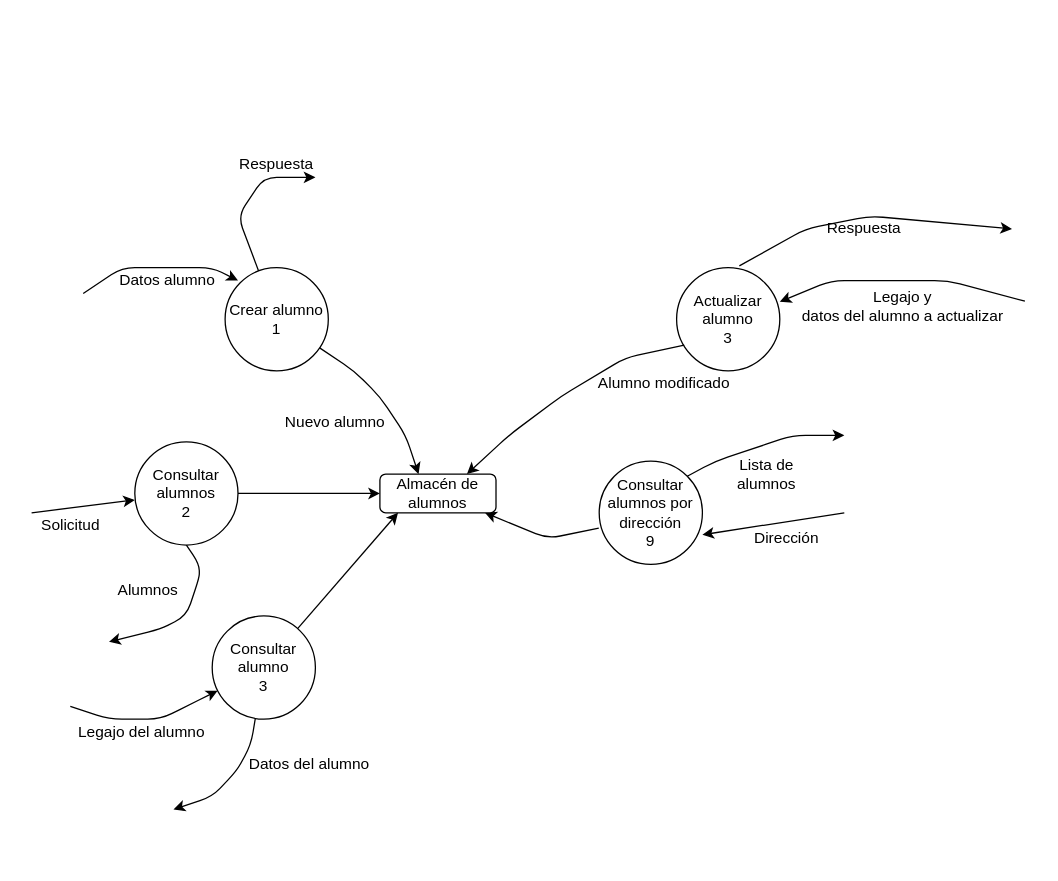
This is DFD-CRUD-TEC5.drawio from ivannsilvero/crud-tec5, a draw.io file, before an edit. Source tidied: cells renumbered, new cells numbered last; positions are measured from the earlier drawing's top-left corner, leaving out a move shared by most shapes. Both pictures are drawn from the tidied source at 129%, with x=0, y=0 at pixel (31, 151).
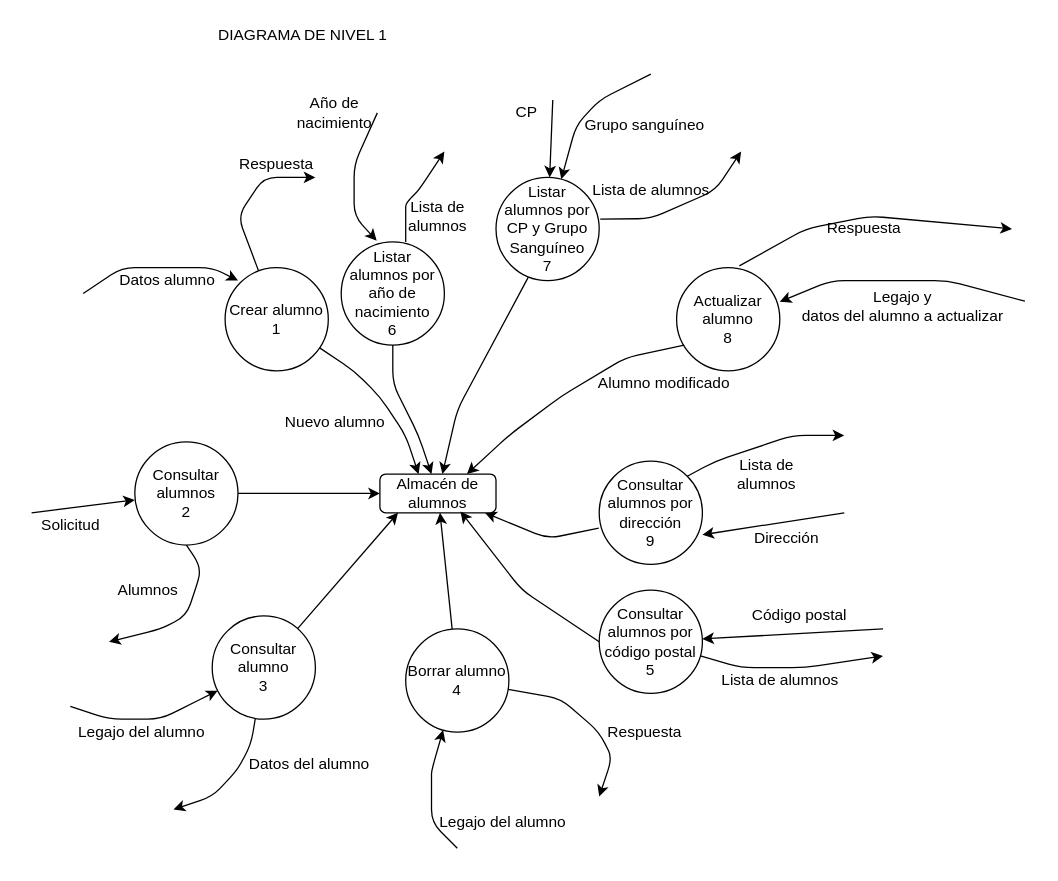
The same diagram, later.

Unchanged cells that the change refers to:
```xml
<mxCell id="10" value="Almacén de alumnos" style="rounded=1;whiteSpace=wrap;html=1;" parent="1" vertex="1">
  <mxGeometry x="270" y="250" width="90" height="30" as="geometry" />
</mxCell>
```

Diff of the diagram source:
```diff
@@
-    <mxCell id="13" value="Actualizar alumno&lt;br&gt;3" style="ellipse;whiteSpace=wrap;html=1;" parent="1" vertex="1">
+    <mxCell id="13" value="Actualizar alumno&lt;br&gt;8" style="ellipse;whiteSpace=wrap;html=1;" parent="1" vertex="1">
       <mxGeometry x="500" y="90" width="80" height="80" as="geometry" />
     </mxCell>
@@
+    <mxCell id="35" value="Borrar alumno&lt;br&gt;4" style="ellipse;whiteSpace=wrap;html=1;" parent="1" vertex="1">
+      <mxGeometry x="290" y="370" width="80" height="80" as="geometry" />
+    </mxCell>
+    <mxCell id="36" style="endArrow=classic;html=1;" parent="1" edge="1" target="35">
+      <mxGeometry relative="1" as="geometry">
+        <mxPoint x="330" y="540" as="sourcePoint" />
+        <Array as="points">
+          <mxPoint x="310" y="520" />
+          <mxPoint x="310" y="490" />
+          <mxPoint x="310" y="480" />
+        </Array>
+      </mxGeometry>
+    </mxCell>
+    <mxCell id="37" value="Legajo del alumno" style="text;html=1;align=center;verticalAlign=middle;" parent="1" vertex="1">
+      <mxGeometry x="310" y="510" width="110" height="20" as="geometry" />
+    </mxCell>
+    <mxCell id="38" style="endArrow=classic;html=1;" parent="1" edge="1" source="35" target="10">
+      <mxGeometry relative="1" as="geometry" />
+    </mxCell>
+    <mxCell id="39" style="endArrow=classic;html=1;" parent="1" edge="1" source="35">
+      <mxGeometry relative="1" as="geometry">
+        <mxPoint x="440" y="500" as="targetPoint" />
+        <Array as="points">
+          <mxPoint x="410" y="424" />
+          <mxPoint x="440" y="450" />
+          <mxPoint x="450" y="470" />
+        </Array>
+      </mxGeometry>
+    </mxCell>
+    <mxCell id="40" value="Respuesta" style="text;html=1;align=center;verticalAlign=middle;" parent="1" vertex="1">
+      <mxGeometry x="440" y="440" width="70" height="20" as="geometry" />
+    </mxCell>
+    <mxCell id="41" value="Consultar alumnos por código postal&lt;br&gt;5" style="ellipse;whiteSpace=wrap;html=1;" parent="1" vertex="1">
+      <mxGeometry x="440" y="340" width="80" height="80" as="geometry" />
+    </mxCell>
+    <mxCell id="42" style="endArrow=classic;html=1;" parent="1" edge="1" target="41">
+      <mxGeometry relative="1" as="geometry">
+        <mxPoint x="660" y="370" as="sourcePoint" />
+      </mxGeometry>
+    </mxCell>
+    <mxCell id="43" value="Código postal" style="text;html=1;align=center;verticalAlign=middle;" parent="1" vertex="1">
+      <mxGeometry x="550" y="350" width="90" height="20" as="geometry" />
+    </mxCell>
+    <mxCell id="44" style="endArrow=classic;html=1;" parent="1" edge="1" source="41">
+      <mxGeometry relative="1" as="geometry">
+        <mxPoint x="660" y="391" as="targetPoint" />
+        <Array as="points">
+          <mxPoint x="550" y="400" />
+          <mxPoint x="600" y="400" />
+        </Array>
+      </mxGeometry>
+    </mxCell>
+    <mxCell id="45" value="Lista de alumnos" style="text;html=1;align=center;verticalAlign=middle;" parent="1" vertex="1">
+      <mxGeometry x="525" y="400" width="110" height="20" as="geometry" />
+    </mxCell>
+    <mxCell id="46" style="endArrow=classic;html=1;exitX=0;exitY=0.5;exitDx=0;exitDy=0;entryX=0.694;entryY=0.967;entryDx=0;entryDy=0;entryPerimeter=0;" parent="1" edge="1" source="41" target="10">
+      <mxGeometry relative="1" as="geometry">
+        <Array as="points">
+          <mxPoint x="380" y="340" />
+        </Array>
+      </mxGeometry>
+    </mxCell>
+    <mxCell id="47" value="Listar alumnos por año de nacimiento&lt;br&gt;6" style="ellipse;whiteSpace=wrap;html=1;" parent="1" vertex="1">
+      <mxGeometry x="240" y="70" width="80" height="80" as="geometry" />
+    </mxCell>
+    <mxCell id="48" style="endArrow=classic;html=1;exitX=0.5;exitY=1;exitDx=0;exitDy=0;" parent="1" edge="1" source="47" target="10">
+      <mxGeometry relative="1" as="geometry">
+        <Array as="points">
+          <mxPoint x="280" y="180" />
+          <mxPoint x="300" y="220" />
+        </Array>
+      </mxGeometry>
+    </mxCell>
+    <mxCell id="49" style="endArrow=classic;html=1;" parent="1" edge="1">
+      <mxGeometry relative="1" as="geometry">
+        <mxPoint x="290" y="70" as="sourcePoint" />
+        <mxPoint x="320" as="targetPoint" />
+        <Array as="points">
+          <mxPoint x="290" y="50" />
+          <mxPoint x="290" y="40" />
+          <mxPoint x="300" y="30" />
+        </Array>
+      </mxGeometry>
+    </mxCell>
+    <mxCell id="50" value="Lista de alumnos" style="text;html=1;strokeColor=none;fillColor=none;align=center;verticalAlign=middle;whiteSpace=wrap;rounded=0;" parent="1" vertex="1">
+      <mxGeometry x="295" y="40" width="40" height="20" as="geometry" />
+    </mxCell>
+    <mxCell id="51" style="endArrow=classic;html=1;entryX=0.344;entryY=-0.012;entryDx=0;entryDy=0;entryPerimeter=0;" parent="1" edge="1" target="47">
+      <mxGeometry relative="1" as="geometry">
+        <mxPoint x="268" y="-30" as="sourcePoint" />
+        <Array as="points">
+          <mxPoint x="250" y="10" />
+          <mxPoint x="250" y="50" />
+        </Array>
+      </mxGeometry>
+    </mxCell>
+    <mxCell id="52" value="Año de nacimiento" style="text;html=1;strokeColor=none;fillColor=none;align=center;verticalAlign=middle;whiteSpace=wrap;rounded=0;" parent="1" vertex="1">
+      <mxGeometry x="215" y="-40" width="40" height="20" as="geometry" />
+    </mxCell>
+    <mxCell id="53" value="Listar alumnos por CP y Grupo Sanguíneo&lt;br&gt;7" style="ellipse;whiteSpace=wrap;html=1;" parent="1" vertex="1">
+      <mxGeometry x="360" y="20" width="80" height="80" as="geometry" />
+    </mxCell>
+    <mxCell id="54" style="endArrow=classic;html=1;exitX=0.313;exitY=0.967;exitDx=0;exitDy=0;exitPerimeter=0;" parent="1" edge="1" source="53" target="10">
+      <mxGeometry relative="1" as="geometry">
+        <Array as="points">
+          <mxPoint x="330" y="200" />
+        </Array>
+      </mxGeometry>
+    </mxCell>
+    <mxCell id="55" value="CP" style="text;html=1;strokeColor=none;fillColor=none;align=center;verticalAlign=middle;whiteSpace=wrap;rounded=0;" parent="1" vertex="1">
+      <mxGeometry x="364" y="-40" width="40" height="20" as="geometry" />
+    </mxCell>
+    <mxCell id="56" style="endArrow=classic;html=1;exitX=1;exitY=0;exitDx=0;exitDy=0;" parent="1" edge="1" source="55" target="53">
+      <mxGeometry relative="1" as="geometry" />
+    </mxCell>
+    <mxCell id="57" style="endArrow=classic;html=1;" parent="1" edge="1" target="53">
+      <mxGeometry relative="1" as="geometry">
+        <mxPoint x="480" y="-60" as="sourcePoint" />
+        <Array as="points">
+          <mxPoint x="440" y="-40" />
+          <mxPoint x="422" y="-20" />
+        </Array>
+      </mxGeometry>
+    </mxCell>
+    <mxCell id="58" value="Grupo sanguíneo" style="text;html=1;align=center;verticalAlign=middle;" parent="1" vertex="1">
+      <mxGeometry x="420" y="-30" width="110" height="20" as="geometry" />
+    </mxCell>
+    <mxCell id="59" style="endArrow=classic;html=1;exitX=1.01;exitY=0.404;exitDx=0;exitDy=0;exitPerimeter=0;" parent="1" edge="1" source="53">
+      <mxGeometry relative="1" as="geometry">
+        <mxPoint x="550" as="targetPoint" />
+        <Array as="points">
+          <mxPoint x="480" y="52" />
+          <mxPoint x="530" y="30" />
+        </Array>
+      </mxGeometry>
+    </mxCell>
+    <mxCell id="60" value="Lista de alumnos" style="text;html=1;align=center;verticalAlign=middle;" parent="1" vertex="1">
+      <mxGeometry x="425" y="20" width="110" height="20" as="geometry" />
+    </mxCell>
+    <mxCell id="61" value="DIAGRAMA DE NIVEL 1" style="text;html=1;align=center;verticalAlign=middle;" parent="1" vertex="1">
+      <mxGeometry x="135" y="-100" width="150" height="20" as="geometry" />
+    </mxCell>
```
